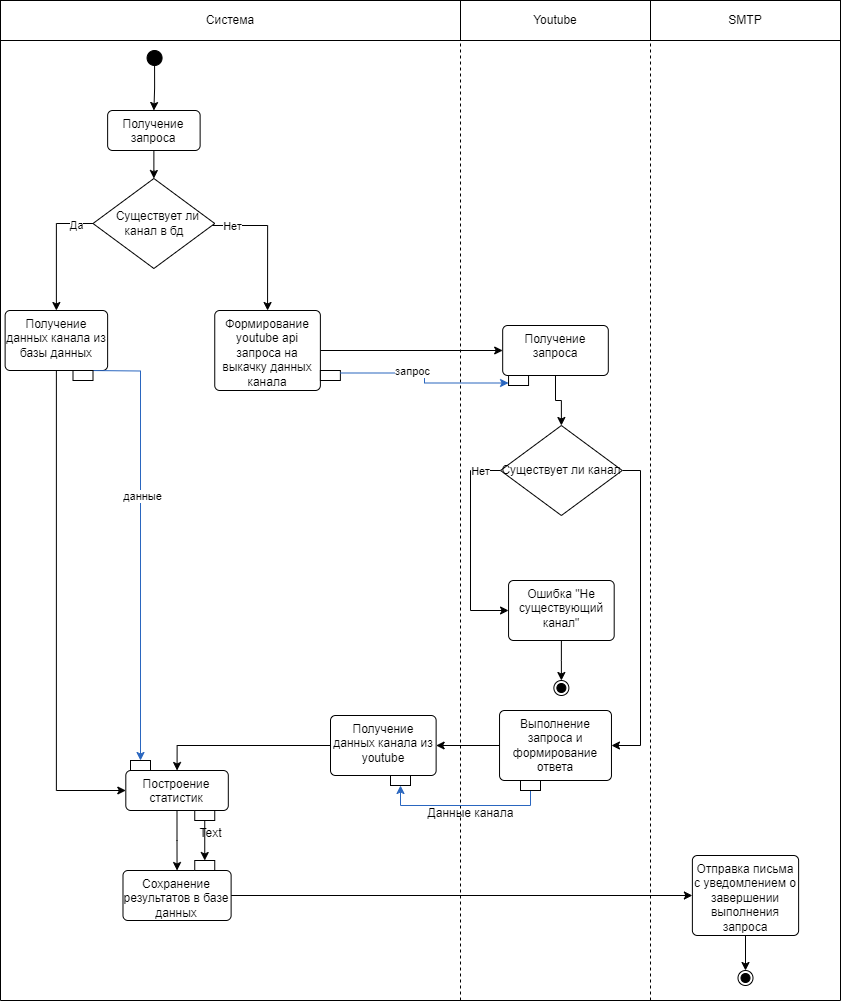
This is docs/images/functional_diagram4_1.png from Hembos/YoutubeAnalytics, a draw.io export, as it was before one commit. Source tidied: cells renumbered, new cells last; positions are measured from the earlier drawing's top-left corner, leaving out a move shared by most shapes.
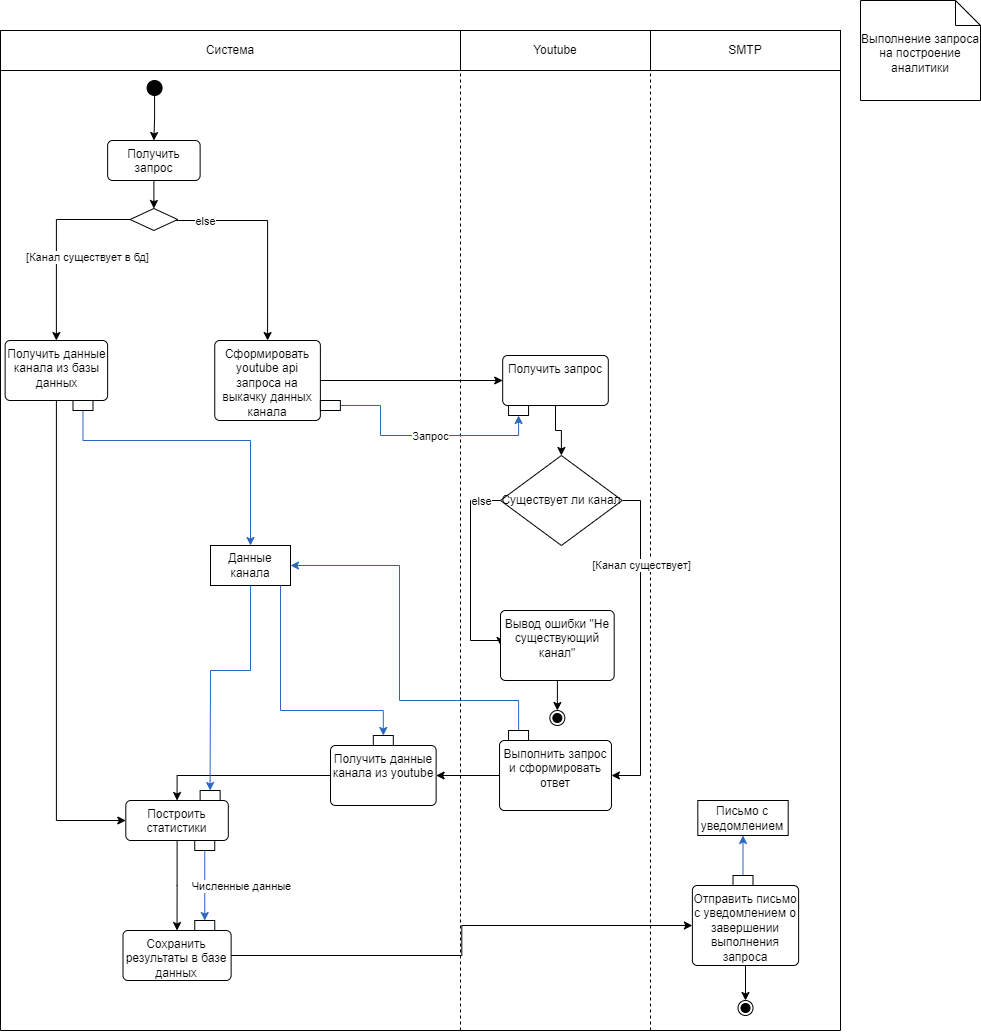
The same file after the commit.

Diff of the diagram source:
```diff
@@ -19,38 +19,40 @@
     <mxCell id="5" style="edgeStyle=orthogonalEdgeStyle;rounded=0;jettySize=auto;html=1;entryX=0.5;entryY=0;entryDx=0;entryDy=0;" parent="1" edge="1" source="6" target="13">
       <mxGeometry relative="1" as="geometry" />
     </mxCell>
-    <mxCell id="6" value="Получение запроса" style="html=1;align=center;verticalAlign=top;rounded=1;absoluteArcSize=1;arcSize=10;dashed=0;whiteSpace=wrap;" parent="1" vertex="1">
+    <mxCell id="6" value="Получить запрос" style="html=1;align=center;verticalAlign=top;rounded=1;absoluteArcSize=1;arcSize=10;dashed=0;whiteSpace=wrap;" parent="1" vertex="1">
       <mxGeometry x="107.1" y="110" width="92.5" height="40" as="geometry" />
     </mxCell>
     <mxCell id="7" style="edgeStyle=orthogonalEdgeStyle;rounded=0;jettySize=auto;html=1;exitX=1;exitY=0.5;exitDx=0;exitDy=0;entryX=0;entryY=0.5;entryDx=0;entryDy=0;" parent="1" edge="1" source="8" target="47">
       <mxGeometry relative="1" as="geometry" />
     </mxCell>
-    <mxCell id="8" value="Формирование youtube api запроса на выкачку данных канала" style="html=1;align=center;verticalAlign=top;rounded=1;absoluteArcSize=1;arcSize=10;dashed=0;whiteSpace=wrap;" parent="1" vertex="1">
+    <mxCell id="8" value="Сформировать youtube api запроса на выкачку данных канала" style="html=1;align=center;verticalAlign=top;rounded=1;absoluteArcSize=1;arcSize=10;dashed=0;whiteSpace=wrap;" parent="1" vertex="1">
       <mxGeometry x="214.2" y="310" width="105.6" height="80" as="geometry" />
     </mxCell>
     <mxCell id="9" style="edgeStyle=orthogonalEdgeStyle;rounded=0;jettySize=auto;html=1;exitX=0;exitY=0.5;exitDx=0;exitDy=0;entryX=0.5;entryY=0;entryDx=0;entryDy=0;" parent="1" edge="1" source="13" target="17">
       <mxGeometry relative="1" as="geometry" />
     </mxCell>
-    <mxCell id="10" value="Да" style="edgeLabel;html=1;align=center;verticalAlign=middle;" parent="9" vertex="1">
-      <mxGeometry x="-0.71" y="1" relative="1" as="geometry" />
+    <mxCell id="10" value="[Канал существует в бд]" style="edgeLabel;html=1;align=center;verticalAlign=middle;" parent="9" vertex="1">
+      <mxGeometry x="-0.71" y="1" relative="1" as="geometry">
+        <mxPoint x="-15" y="36" as="offset" />
+      </mxGeometry>
     </mxCell>
     <mxCell id="11" style="edgeStyle=orthogonalEdgeStyle;rounded=0;jettySize=auto;html=1;entryX=0.5;entryY=0;entryDx=0;entryDy=0;" parent="1" edge="1" source="13" target="8">
       <mxGeometry relative="1" as="geometry">
         <Array as="points">
-          <mxPoint x="267" y="225" />
+          <mxPoint x="267" y="190" />
         </Array>
       </mxGeometry>
     </mxCell>
-    <mxCell id="12" value="Нет" style="edgeLabel;html=1;align=center;verticalAlign=middle;" parent="11" vertex="1">
+    <mxCell id="12" value="else" style="edgeLabel;html=1;align=center;verticalAlign=middle;" parent="11" vertex="1">
       <mxGeometry x="-0.71" relative="1" as="geometry" />
     </mxCell>
-    <mxCell id="13" value="&amp;nbsp; Существует ли канал в бд" style="rhombus;whiteSpace=wrap;html=1;" parent="1" vertex="1">
-      <mxGeometry x="92.5" y="178" width="121.8" height="90" as="geometry" />
+    <mxCell id="13" style="rhombus;whiteSpace=wrap;html=1;" parent="1" vertex="1">
+      <mxGeometry x="129.6" y="178" width="47.5" height="22" as="geometry" />
     </mxCell>
     <mxCell id="14" style="edgeStyle=orthogonalEdgeStyle;rounded=0;jettySize=auto;html=1;entryX=0.5;entryY=0;entryDx=0;entryDy=0;" parent="1" edge="1" source="15" target="19">
       <mxGeometry relative="1" as="geometry" />
     </mxCell>
-    <mxCell id="15" value="Получение данных канала из youtube" style="html=1;align=center;verticalAlign=top;rounded=1;absoluteArcSize=1;arcSize=10;dashed=0;whiteSpace=wrap;" parent="1" vertex="1">
+    <mxCell id="15" value="Получить данные канала из youtube" style="html=1;align=center;verticalAlign=top;rounded=1;absoluteArcSize=1;arcSize=10;dashed=0;whiteSpace=wrap;" parent="1" vertex="1">
       <mxGeometry x="330" y="715" width="105.6" height="60" as="geometry" />
     </mxCell>
     <mxCell id="16" style="edgeStyle=orthogonalEdgeStyle;rounded=0;jettySize=auto;html=1;entryX=0;entryY=0.5;entryDx=0;entryDy=0;" parent="1" edge="1" source="17" target="19">
@@ -60,26 +62,26 @@
         </Array>
       </mxGeometry>
     </mxCell>
-    <mxCell id="17" value="Получение данных канала из базы данных" style="html=1;align=center;verticalAlign=top;rounded=1;absoluteArcSize=1;arcSize=10;dashed=0;whiteSpace=wrap;" parent="1" vertex="1">
+    <mxCell id="17" value="Получить данные канала из базы данных" style="html=1;align=center;verticalAlign=top;rounded=1;absoluteArcSize=1;arcSize=10;dashed=0;whiteSpace=wrap;" parent="1" vertex="1">
       <mxGeometry x="4.6" y="310" width="102.5" height="60" as="geometry" />
     </mxCell>
     <mxCell id="18" style="edgeStyle=orthogonalEdgeStyle;rounded=0;jettySize=auto;html=1;entryX=0.5;entryY=0;entryDx=0;entryDy=0;" parent="1" edge="1" source="19" target="23">
       <mxGeometry relative="1" as="geometry" />
     </mxCell>
-    <mxCell id="19" value="Построение статистик" style="html=1;align=center;verticalAlign=top;rounded=1;absoluteArcSize=1;arcSize=10;dashed=0;whiteSpace=wrap;" parent="1" vertex="1">
+    <mxCell id="19" value="Построить статистики" style="html=1;align=center;verticalAlign=top;rounded=1;absoluteArcSize=1;arcSize=10;dashed=0;whiteSpace=wrap;" parent="1" vertex="1">
       <mxGeometry x="125.3" y="770" width="102.5" height="40" as="geometry" />
     </mxCell>
     <mxCell id="20" style="edgeStyle=orthogonalEdgeStyle;rounded=0;jettySize=auto;html=1;" parent="1" edge="1" source="21" target="38">
       <mxGeometry relative="1" as="geometry" />
     </mxCell>
-    <mxCell id="21" value="Отправка письма с уведомлением о завершении выполнения запроса" style="html=1;align=center;verticalAlign=top;rounded=1;absoluteArcSize=1;arcSize=10;dashed=0;whiteSpace=wrap;" parent="1" vertex="1">
+    <mxCell id="21" value="Отправить письмо с уведомлением о завершении выполнения запроса" style="html=1;align=center;verticalAlign=top;rounded=1;absoluteArcSize=1;arcSize=10;dashed=0;whiteSpace=wrap;" parent="1" vertex="1">
       <mxGeometry x="691.9" y="855" width="106.2" height="80" as="geometry" />
     </mxCell>
     <mxCell id="22" style="edgeStyle=orthogonalEdgeStyle;rounded=0;jettySize=auto;html=1;" parent="1" edge="1" source="23" target="21">
       <mxGeometry relative="1" as="geometry" />
     </mxCell>
-    <mxCell id="23" value="Сохранение результатов в базе данных" style="html=1;align=center;verticalAlign=top;rounded=1;absoluteArcSize=1;arcSize=10;dashed=0;whiteSpace=wrap;" parent="1" vertex="1">
-      <mxGeometry x="122.5" y="870" width="108.1" height="50" as="geometry" />
+    <mxCell id="23" value="Сохранить результаты в базе данных" style="html=1;align=center;verticalAlign=top;rounded=1;absoluteArcSize=1;arcSize=10;dashed=0;whiteSpace=wrap;" parent="1" vertex="1">
+      <mxGeometry x="122.5" y="900" width="108.1" height="50" as="geometry" />
     </mxCell>
     <mxCell id="24" style="endArrow=none;html=1;rounded=0;" parent="1" edge="1">
       <mxGeometry relative="1" as="geometry">
@@ -103,7 +105,7 @@
         </Array>
       </mxGeometry>
     </mxCell>
-    <mxCell id="28" value="Нет" style="edgeLabel;html=1;align=center;verticalAlign=middle;" parent="27" vertex="1">
+    <mxCell id="28" value="else" style="edgeLabel;html=1;align=center;verticalAlign=middle;" parent="27" vertex="1">
       <mxGeometry x="-0.88" y="1" relative="1" as="geometry">
         <mxPoint x="-8" y="-1" as="offset" />
       </mxGeometry>
@@ -116,23 +118,28 @@
         </Array>
       </mxGeometry>
     </mxCell>
+    <mxCell id="59" value="[Канал существует]" style="edgeLabel;html=1;align=center;verticalAlign=middle;" parent="29" vertex="1">
+      <mxGeometry x="-0.2" relative="1" as="geometry">
+        <mxPoint y="-45" as="offset" />
+      </mxGeometry>
+    </mxCell>
     <mxCell id="30" value="Существует ли канал" style="rhombus;whiteSpace=wrap;html=1;" parent="1" vertex="1">
       <mxGeometry x="500" y="425" width="121.8" height="90" as="geometry" />
     </mxCell>
     <mxCell id="31" style="edgeStyle=orthogonalEdgeStyle;rounded=0;jettySize=auto;html=1;entryX=0.5;entryY=0;entryDx=0;entryDy=0;" parent="1" edge="1" source="32" target="35">
       <mxGeometry relative="1" as="geometry" />
     </mxCell>
-    <mxCell id="32" value="Ошибка &quot;Не существующий канал&quot;" style="html=1;align=center;verticalAlign=top;rounded=1;absoluteArcSize=1;arcSize=10;dashed=0;whiteSpace=wrap;" parent="1" vertex="1">
-      <mxGeometry x="508.1" y="580" width="105.6" height="60" as="geometry" />
+    <mxCell id="32" value="Вывод ошибки &quot;Не существующий канал&quot;" style="html=1;align=center;verticalAlign=top;rounded=1;absoluteArcSize=1;arcSize=10;dashed=0;whiteSpace=wrap;" parent="1" vertex="1">
+      <mxGeometry x="500" y="580" width="113.7" height="70" as="geometry" />
     </mxCell>
     <mxCell id="33" style="edgeStyle=orthogonalEdgeStyle;rounded=0;jettySize=auto;html=1;" parent="1" edge="1" source="34" target="15">
       <mxGeometry relative="1" as="geometry" />
     </mxCell>
-    <mxCell id="34" value="Выполнение запроса и формирование ответа" style="html=1;align=center;verticalAlign=top;rounded=1;absoluteArcSize=1;arcSize=10;dashed=0;whiteSpace=wrap;" parent="1" vertex="1">
+    <mxCell id="34" value="Выполнить запрос и сформировать ответ" style="html=1;align=center;verticalAlign=top;rounded=1;absoluteArcSize=1;arcSize=10;dashed=0;whiteSpace=wrap;" parent="1" vertex="1">
       <mxGeometry x="499" y="710" width="111.9" height="70" as="geometry" />
     </mxCell>
     <mxCell id="35" style="ellipse;html=1;shape=endState;fillColor=strokeColor;" parent="1" vertex="1">
-      <mxGeometry x="553.4" y="680" width="15" height="15" as="geometry" />
+      <mxGeometry x="549.3" y="680" width="15" height="15" as="geometry" />
     </mxCell>
     <mxCell id="36" value="SMTP" style="whiteSpace=wrap;html=1;align=center;" parent="1" vertex="1">
       <mxGeometry x="650" width="190" height="40" as="geometry" />
@@ -151,66 +158,114 @@
     <mxCell id="40" style="ellipse;fillColor=strokeColor;html=1;" parent="1" vertex="1">
       <mxGeometry x="146.6" y="50" width="15" height="15" as="geometry" />
     </mxCell>
-    <mxCell id="41" style="edgeStyle=orthogonalEdgeStyle;rounded=0;jettySize=auto;html=1;entryX=0.5;entryY=0;entryDx=0;entryDy=0;strokeColor=#2A66BF;" parent="1" edge="1" target="44">
-      <mxGeometry relative="1" as="geometry">
-        <mxPoint x="87.8" y="370" as="sourcePoint" />
-      </mxGeometry>
-    </mxCell>
-    <mxCell id="42" value="данные" style="edgeLabel;html=1;align=center;verticalAlign=middle;" parent="41" vertex="1">
-      <mxGeometry x="-0.2" y="1" relative="1" as="geometry" />
-    </mxCell>
+    <mxCell id="60" style="edgeStyle=orthogonalEdgeStyle;rounded=0;jettySize=auto;html=1;entryX=0.5;entryY=0;entryDx=0;entryDy=0;strokeColor=#2A66BF;" parent="1" edge="1" source="43" target="58">
+      <mxGeometry relative="1" as="geometry">
+        <Array as="points">
+          <mxPoint x="83" y="410" />
+          <mxPoint x="250" y="410" />
+        </Array>
+      </mxGeometry>
+    </mxCell>
     <mxCell id="43" style="rounded=0;whiteSpace=wrap;html=1;" parent="1" vertex="1">
       <mxGeometry x="72.5" y="370" width="20" height="10" as="geometry" />
     </mxCell>
-    <mxCell id="44" style="rounded=0;whiteSpace=wrap;html=1;" parent="1" vertex="1">
-      <mxGeometry x="130" y="760" width="20" height="10" as="geometry" />
-    </mxCell>
+    <mxCell id="54" style="edgeStyle=orthogonalEdgeStyle;rounded=0;jettySize=auto;html=1;entryX=0.5;entryY=1;entryDx=0;entryDy=0;strokeColor=#2A66BF;" parent="1" edge="1" source="45" target="53">
+      <mxGeometry relative="1" as="geometry">
+        <Array as="points">
+          <mxPoint x="380" y="375" />
+          <mxPoint x="380" y="405" />
+          <mxPoint x="518" y="405" />
+        </Array>
+      </mxGeometry>
+    </mxCell>
+    <mxCell id="61" value="Запрос" style="edgeLabel;html=1;align=center;verticalAlign=middle;" parent="54" vertex="1">
+      <mxGeometry x="-0.19" relative="1" as="geometry">
+        <mxPoint x="27" as="offset" />
+      </mxGeometry>
+    </mxCell>
     <mxCell id="45" style="rounded=0;whiteSpace=wrap;html=1;" parent="1" vertex="1">
       <mxGeometry x="319.9" y="370" width="20" height="10" as="geometry" />
     </mxCell>
     <mxCell id="46" style="edgeStyle=orthogonalEdgeStyle;rounded=0;jettySize=auto;html=1;exitX=0.5;exitY=1;exitDx=0;exitDy=0;entryX=0.5;entryY=0;entryDx=0;entryDy=0;" parent="1" edge="1" source="47" target="30">
       <mxGeometry relative="1" as="geometry" />
     </mxCell>
-    <mxCell id="47" value="Получение запроса" style="html=1;align=center;verticalAlign=top;rounded=1;absoluteArcSize=1;arcSize=10;dashed=0;whiteSpace=wrap;" parent="1" vertex="1">
+    <mxCell id="47" value="Получить запрос" style="html=1;align=center;verticalAlign=top;rounded=1;absoluteArcSize=1;arcSize=10;dashed=0;whiteSpace=wrap;" parent="1" vertex="1">
       <mxGeometry x="502.2" y="325" width="105.6" height="50" as="geometry" />
     </mxCell>
     <mxCell id="48" style="rounded=0;whiteSpace=wrap;html=1;" parent="1" vertex="1">
-      <mxGeometry x="194.2" y="860" width="20" height="10" as="geometry" />
+      <mxGeometry x="194.2" y="890" width="20" height="10" as="geometry" />
     </mxCell>
-    <mxCell id="49" style="edgeStyle=orthogonalEdgeStyle;rounded=0;jettySize=auto;html=1;entryX=0.5;entryY=0;entryDx=0;entryDy=0;" parent="1" edge="1" source="52" target="48">
-      <mxGeometry relative="1" as="geometry" />
-    </mxCell>
-    <mxCell id="50" value="Text" style="text;html=1;align=center;verticalAlign=middle;strokeColor=none;fillColor=none;" parent="1" vertex="1">
-      <mxGeometry x="185" y="818" width="50" height="30" as="geometry" />
-    </mxCell>
-    <mxCell id="51" style="edgeStyle=orthogonalEdgeStyle;rounded=0;jettySize=auto;html=1;entryX=0.5;entryY=1;entryDx=0;entryDy=0;strokeColor=#2A66BF;" parent="1" edge="1" source="57" target="56">
-      <mxGeometry relative="1" as="geometry">
-        <Array as="points">
-          <mxPoint x="530" y="805" />
-          <mxPoint x="400" y="805" />
-        </Array>
-      </mxGeometry>
-    </mxCell>
     <mxCell id="52" style="rounded=0;whiteSpace=wrap;html=1;" parent="1" vertex="1">
       <mxGeometry x="194.2" y="810" width="20" height="10" as="geometry" />
     </mxCell>
     <mxCell id="53" style="rounded=0;whiteSpace=wrap;html=1;" parent="1" vertex="1">
       <mxGeometry x="508.1" y="375" width="20" height="10" as="geometry" />
     </mxCell>
-    <mxCell id="54" style="edgeStyle=orthogonalEdgeStyle;rounded=0;jettySize=auto;html=1;entryX=0;entryY=0.75;entryDx=0;entryDy=0;strokeColor=#2A66BF;exitX=1;exitY=0.25;exitDx=0;exitDy=0;" parent="1" edge="1" source="45" target="53">
-      <mxGeometry relative="1" as="geometry" />
-    </mxCell>
-    <mxCell id="55" value="запрос" style="edgeLabel;html=1;align=center;verticalAlign=middle;" parent="54" vertex="1">
-      <mxGeometry x="-0.21" y="2" relative="1" as="geometry" />
-    </mxCell>
     <mxCell id="56" style="rounded=0;whiteSpace=wrap;html=1;" parent="1" vertex="1">
-      <mxGeometry x="390" y="775" width="20" height="10" as="geometry" />
+      <mxGeometry x="372.8" y="705" width="20" height="10" as="geometry" />
     </mxCell>
+    <mxCell id="62" style="edgeStyle=orthogonalEdgeStyle;rounded=0;jettySize=auto;html=1;entryX=1;entryY=0.5;entryDx=0;entryDy=0;strokeColor=#2A66BF;" parent="1" edge="1" source="57">
+      <mxGeometry relative="1" as="geometry" />
+    </mxCell>
+    <mxCell id="63" style="edgeStyle=orthogonalEdgeStyle;rounded=0;jettySize=auto;html=1;entryX=1;entryY=0.5;entryDx=0;entryDy=0;strokeColor=#2A66BF;" parent="1" edge="1" source="57" target="58">
+      <mxGeometry relative="1" as="geometry">
+        <Array as="points">
+          <mxPoint x="518" y="670" />
+          <mxPoint x="399" y="670" />
+          <mxPoint x="399" y="535" />
+        </Array>
+      </mxGeometry>
+    </mxCell>
     <mxCell id="57" style="rounded=0;whiteSpace=wrap;html=1;" parent="1" vertex="1">
-      <mxGeometry x="520" y="780" width="20" height="10" as="geometry" />
+      <mxGeometry x="508.1" y="700" width="20" height="10" as="geometry" />
     </mxCell>
-    <mxCell id="58" value="Данные канала" style="text;html=1;align=center;verticalAlign=middle;points=[];strokeColor=none;fillColor=none;" parent="1" vertex="1">
-      <mxGeometry x="415" y="798" width="110" height="30" as="geometry" />
+    <mxCell id="58" value="Данные канала" style="rounded=0;whiteSpace=wrap;html=1;" parent="1" vertex="1">
+      <mxGeometry x="210" y="515" width="80" height="40" as="geometry" />
     </mxCell>
+    <mxCell id="64" style="edgeStyle=orthogonalEdgeStyle;rounded=0;jettySize=auto;html=1;entryX=0.5;entryY=0;entryDx=0;entryDy=0;strokeColor=#2A66BF;" parent="1" edge="1" source="58" target="56">
+      <mxGeometry relative="1" as="geometry">
+        <Array as="points">
+          <mxPoint x="280" y="680" />
+          <mxPoint x="383" y="680" />
+        </Array>
+      </mxGeometry>
+    </mxCell>
+    <mxCell id="65" style="edgeStyle=orthogonalEdgeStyle;rounded=0;jettySize=auto;html=1;strokeColor=#2A66BF;jumpStyle=none;exitX=0.5;exitY=0;exitDx=0;exitDy=0;endArrow=none;endFill=0;startArrow=classic;startFill=1;" parent="1" edge="1" source="66" target="58">
+      <mxGeometry relative="1" as="geometry">
+        <Array as="points">
+          <mxPoint x="210" y="750" />
+          <mxPoint x="210" y="750" />
+          <mxPoint x="210" y="640" />
+        </Array>
+      </mxGeometry>
+    </mxCell>
+    <mxCell id="66" style="rounded=0;whiteSpace=wrap;html=1;" parent="1" vertex="1">
+      <mxGeometry x="199.6" y="760" width="20" height="10" as="geometry" />
+    </mxCell>
+    <mxCell id="49" style="edgeStyle=orthogonalEdgeStyle;rounded=0;jettySize=auto;html=1;entryX=0.5;entryY=0;entryDx=0;entryDy=0;strokeColor=#2A66BF;" parent="1" edge="1" source="52" target="48">
+      <mxGeometry relative="1" as="geometry">
+        <Array as="points">
+          <mxPoint x="204" y="820" />
+          <mxPoint x="204" y="820" />
+        </Array>
+      </mxGeometry>
+    </mxCell>
+    <mxCell id="67" value="Численные данные" style="edgeLabel;html=1;align=center;verticalAlign=middle;" parent="49" vertex="1">
+      <mxGeometry x="-0.07" y="1" relative="1" as="geometry">
+        <mxPoint x="35" y="2" as="offset" />
+      </mxGeometry>
+    </mxCell>
+    <mxCell id="68" value="Письмо с уведомлением" style="rounded=0;whiteSpace=wrap;html=1;" parent="1" vertex="1">
+      <mxGeometry x="697.3" y="770" width="90.4" height="35" as="geometry" />
+    </mxCell>
+    <mxCell id="69" style="edgeStyle=orthogonalEdgeStyle;rounded=0;jettySize=auto;html=1;strokeColor=#2A66BF;" parent="1" edge="1" source="70" target="68">
+      <mxGeometry relative="1" as="geometry" />
+    </mxCell>
+    <mxCell id="70" style="rounded=0;whiteSpace=wrap;html=1;" parent="1" vertex="1">
+      <mxGeometry x="732.5" y="845" width="20" height="10" as="geometry" />
+    </mxCell>
+    <mxCell id="71" value="Выполнение запроса на построение аналитики" style="shape=note2;boundedLbl=1;whiteSpace=wrap;html=1;size=25;verticalAlign=top;align=center;" parent="1" vertex="1">
+      <mxGeometry x="860" y="-30" width="120" height="100" as="geometry" />
+    </mxCell>
   </root>
 </mxGraphModel>
```
